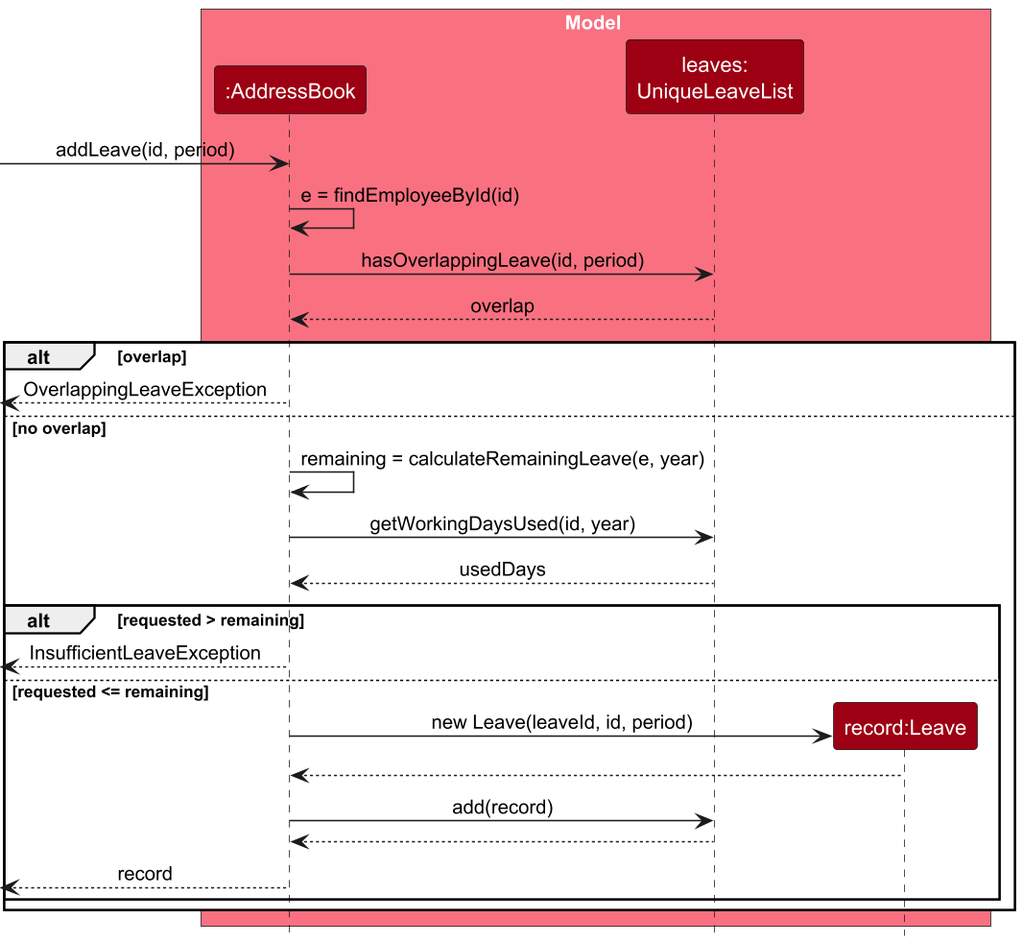
Above: docs/images/AddLeaveSequenceDiagram.png in AY2627S1-CS2103T-T16-3/tp (PlantUML), before the change. Its diagram source:
```plantuml
@startuml
!include style.puml
skinparam dpi 150
skinparam ArrowFontStyle plain
skinparam ParticipantPadding 5

box Model MODEL_COLOR_T1
participant ":AddressBook" as AddressBook MODEL_COLOR
participant "leaves:\nUniqueLeaveList" as Leaves MODEL_COLOR
participant "record:Leave" as Record MODEL_COLOR
end box

[-> AddressBook : addLeave(id, period)
AddressBook -> AddressBook : e = findEmployeeById(id)
AddressBook -> Leaves : hasOverlappingLeave(id, period)
Leaves --> AddressBook : overlap

alt overlap
    [<-- AddressBook : OverlappingLeaveException
else no overlap
    AddressBook -> AddressBook : remaining = calculateRemainingLeave(e, year)
    AddressBook -> Leaves : getWorkingDaysUsed(id, year)
    Leaves --> AddressBook : usedDays

    alt requested > remaining
        [<-- AddressBook : InsufficientLeaveException
    else requested <= remaining
        create Record
        AddressBook -> Record : new Leave(leaveId, id, period)
        Record --> AddressBook
        AddressBook -> Leaves : add(record)
        Leaves --> AddressBook
        [<-- AddressBook : record
    end
end
@enduml
```
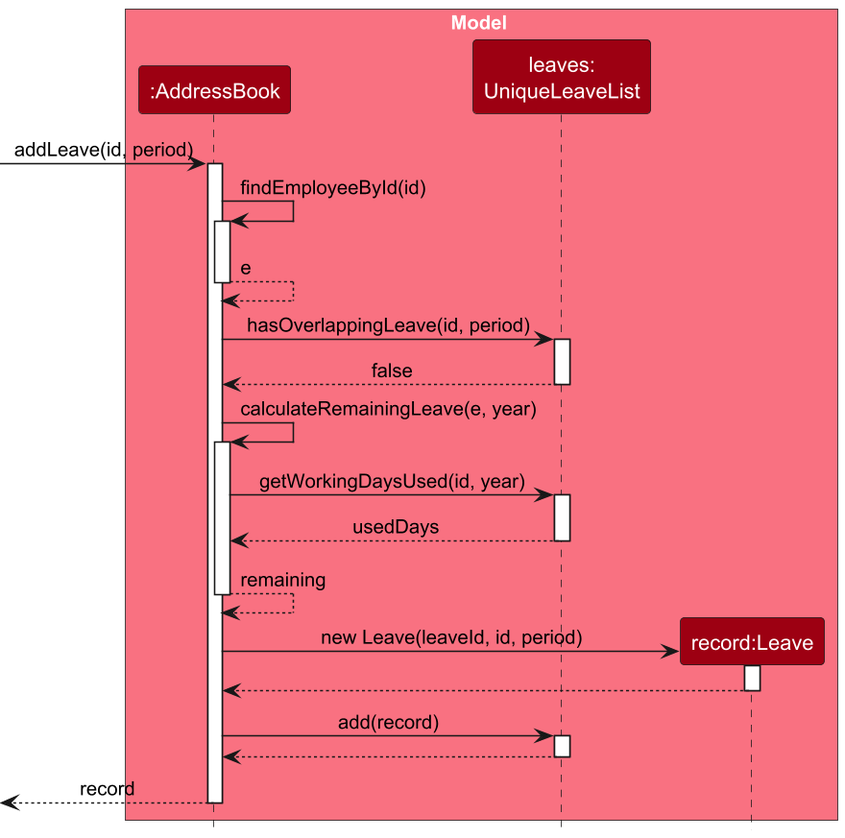
Later version of the same file.

Commit message:
docs: address model and sequence diagram review feedback

Diff of the diagram source:
```diff
@@ -11,26 +11,34 @@
 end box
 
 [-> AddressBook : addLeave(id, period)
-AddressBook -> AddressBook : e = findEmployeeById(id)
+activate AddressBook
+AddressBook -> AddressBook : findEmployeeById(id)
+activate AddressBook
+AddressBook --> AddressBook : e
+deactivate AddressBook
 AddressBook -> Leaves : hasOverlappingLeave(id, period)
-Leaves --> AddressBook : overlap
+activate Leaves
+Leaves --> AddressBook : false
+deactivate Leaves
 
-alt overlap
-    [<-- AddressBook : OverlappingLeaveException
-else no overlap
-    AddressBook -> AddressBook : remaining = calculateRemainingLeave(e, year)
-    AddressBook -> Leaves : getWorkingDaysUsed(id, year)
-    Leaves --> AddressBook : usedDays
+AddressBook -> AddressBook : calculateRemainingLeave(e, year)
+activate AddressBook
+AddressBook -> Leaves : getWorkingDaysUsed(id, year)
+activate Leaves
+Leaves --> AddressBook : usedDays
+deactivate Leaves
+AddressBook --> AddressBook : remaining
+deactivate AddressBook
 
-    alt requested > remaining
-        [<-- AddressBook : InsufficientLeaveException
-    else requested <= remaining
-        create Record
-        AddressBook -> Record : new Leave(leaveId, id, period)
-        Record --> AddressBook
-        AddressBook -> Leaves : add(record)
-        Leaves --> AddressBook
-        [<-- AddressBook : record
-    end
-end
+create Record
+AddressBook -> Record : new Leave(leaveId, id, period)
+activate Record
+Record --> AddressBook
+deactivate Record
+AddressBook -> Leaves : add(record)
+activate Leaves
+Leaves --> AddressBook
+deactivate Leaves
+[<-- AddressBook : record
+deactivate AddressBook
 @enduml
```
